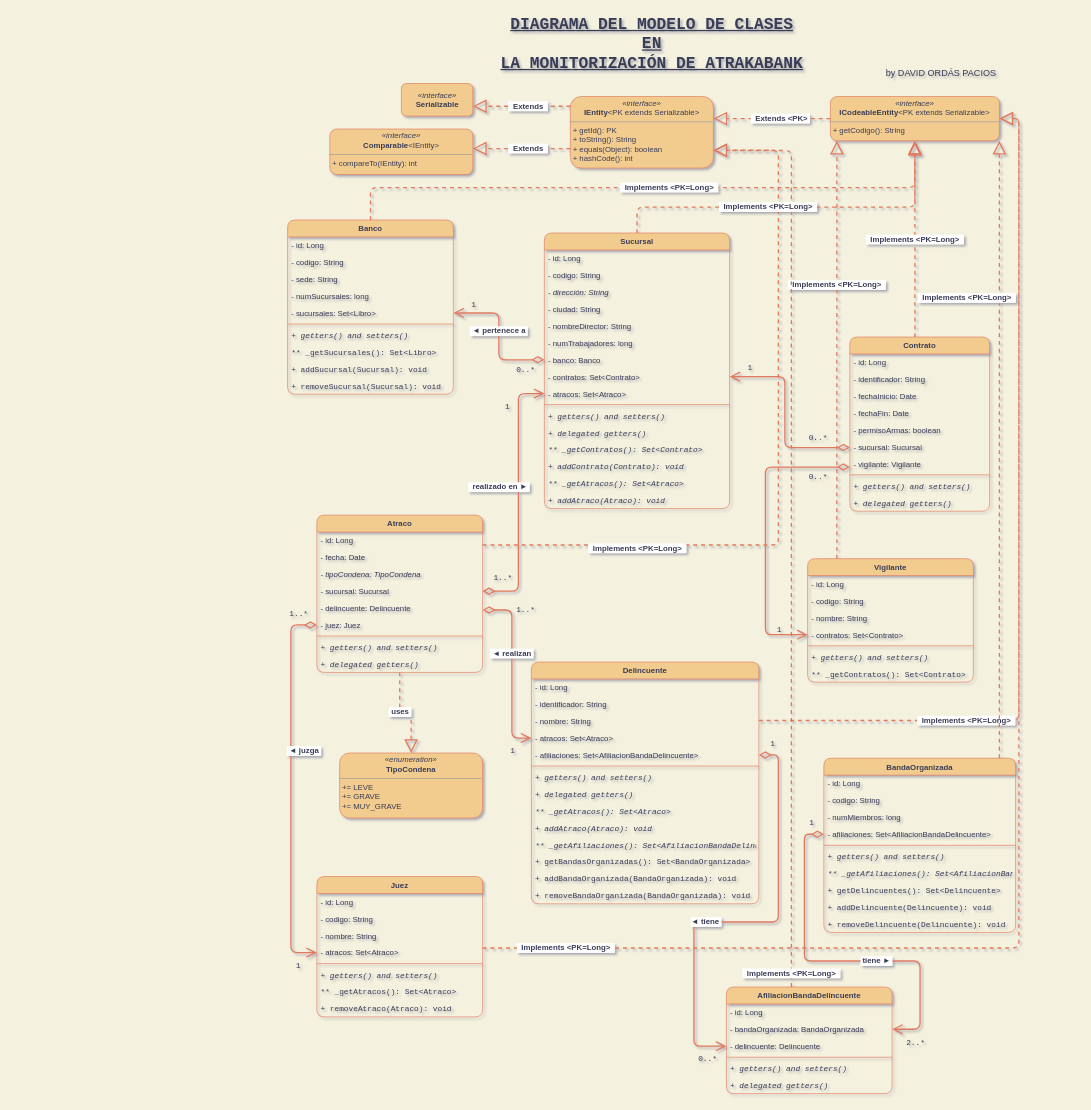
davorpa/atrakabank-jpa-hibernate-console keeps this draw.io diagram as page "Diagrama de clases" (3 of 3) of diagrams/atrakabank.drawio. Above is the earlier version. Source tidied: cells renumbered, new cells numbered last; positions are measured from the earlier drawing's top-left corner, leaving out a move shared by most shapes. Both pictures are drawn from the tidied source at 65%, with x=0, y=0 at pixel (287, 11).
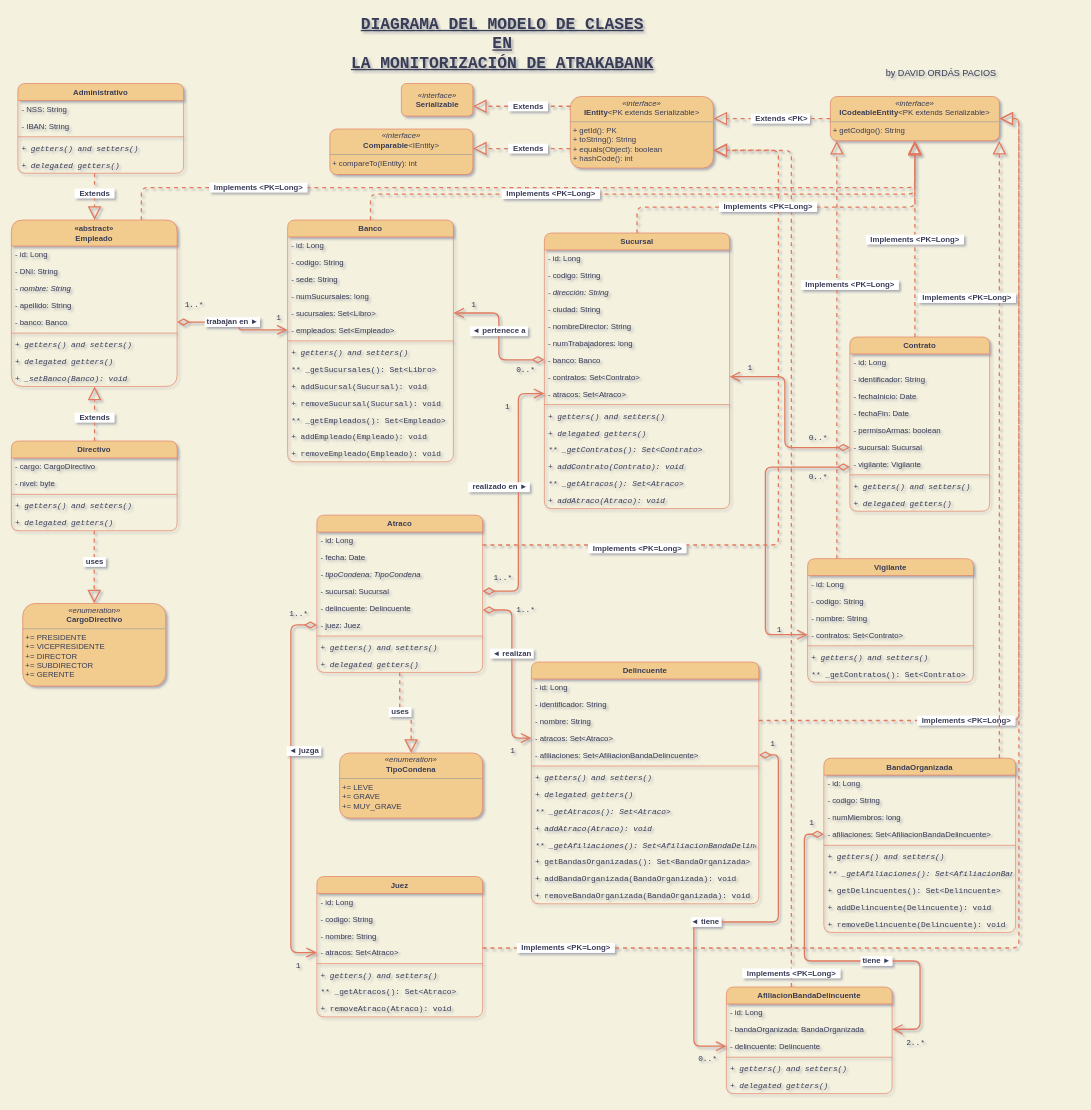
The same diagram, later.

The change refers to these unchanged cells:
```xml
<mxCell id="7" value="&lt;p style=&quot;margin: 0px ; margin-top: 4px ; text-align: center&quot;&gt;&lt;i&gt;«interface»&lt;br&gt;&lt;/i&gt;&lt;b&gt;ICodeableEntity&lt;/b&gt;&amp;lt;PK extends Serializable&amp;gt;&lt;/p&gt;&lt;hr size=&quot;1&quot;&gt;&lt;p style=&quot;margin: 0px ; margin-left: 4px&quot;&gt;&lt;span&gt;+ getCodigo(): String&lt;/span&gt;&lt;/p&gt;" style="verticalAlign=top;align=left;overflow=fill;fontSize=12;fontFamily=Helvetica;html=1;rounded=1;fontColor=#393C56;strokeColor=#E07A5F;fillColor=#F2CC8F;" parent="1" vertex="1">
  <mxGeometry x="835" y="131" width="260" height="68" as="geometry" />
</mxCell>
<mxCell id="73" value="Vigilante" style="swimlane;fontStyle=1;align=center;verticalAlign=top;horizontal=1;startSize=26;rounded=1;fontSize=12;fontColor=#393C56;strokeColor=#E07A5F;fillColor=#F2CC8F;" parent="1" vertex="1">
  <mxGeometry x="800" y="842" width="255" height="190" as="geometry" />
</mxCell>
```

Diff of the diagram source:
```diff
@@
+    <mxCell id="145" value="&lt;font style=&quot;font-size: 12px&quot;&gt;&lt;b&gt;&amp;nbsp; Implements &amp;lt;PK=Long&amp;gt;&amp;nbsp;&amp;nbsp;&lt;/b&gt;&lt;/font&gt;" style="endArrow=block;endSize=16;endFill=0;html=1;rounded=1;dashed=1;fontColor=#393C56;strokeColor=#E07A5F;strokeWidth=2;fillColor=#F2CC8F;edgeStyle=elbowEdgeStyle;elbow=vertical;" parent="1" edge="1" source="150" target="7">
+      <mxGeometry x="-0.65" relative="1" as="geometry">
+        <Array as="points">
+          <mxPoint x="-225" y="271" />
+          <mxPoint x="285" y="271" />
+          <mxPoint x="425" y="281" />
+          <mxPoint x="375" y="291" />
+        </Array>
+      </mxGeometry>
+    </mxCell>
     <mxCell id="2" value="DIAGRAMA DEL MODELO DE CLASES&lt;br style=&quot;font-size: 25px&quot;&gt;EN&lt;br style=&quot;font-size: 25px&quot;&gt;LA MONITORIZACIÓN DE ATRAKABANK" style="text;html=1;align=center;verticalAlign=middle;strokeColor=none;fillColor=none;fontStyle=5;fontSize=25;fontFamily=Courier New;fontColor=#393C56;" parent="1" vertex="1">
-      <mxGeometry x="320" width="480" height="100" as="geometry" />
+      <mxGeometry x="90" width="480" height="100" as="geometry" />
     </mxCell>
@@
     <mxCell id="20" value="&lt;font style=&quot;font-size: 12px&quot;&gt;&lt;b&gt;&amp;nbsp; Implements &amp;lt;PK=Long&amp;gt;&amp;nbsp;&amp;nbsp;&lt;/b&gt;&lt;/font&gt;" style="endArrow=block;endSize=16;endFill=0;html=1;rounded=1;dashed=1;fontColor=#393C56;strokeColor=#E07A5F;strokeWidth=2;fillColor=#F2CC8F;edgeStyle=elbowEdgeStyle;elbow=vertical;" parent="1" edge="1" source="73" target="7">
-      <mxGeometry x="0.31" relative="1" as="geometry">
+      <mxGeometry x="0.31" y="-20" relative="1" as="geometry">
         <Array as="points">
           <mxPoint x="845" y="571" />
           <mxPoint x="835" y="591" />
           <mxPoint x="845" y="481" />
           <mxPoint x="835" y="711" />
         </Array>
       </mxGeometry>
     </mxCell>
@@
     <mxCell id="72" value="&lt;font style=&quot;font-size: 12px&quot;&gt;&lt;b&gt;&amp;nbsp; Implements &amp;lt;PK=Long&amp;gt;&amp;nbsp;&amp;nbsp;&lt;/b&gt;&lt;/font&gt;" style="endArrow=block;endSize=16;endFill=0;html=1;rounded=1;dashed=1;fontColor=#393C56;strokeColor=#E07A5F;strokeWidth=2;fillColor=#F2CC8F;edgeStyle=elbowEdgeStyle;elbow=vertical;exitX=0.5;exitY=0;exitDx=0;exitDy=0;" parent="1" edge="1" source="107" target="7">
-      <mxGeometry x="0.06" relative="1" as="geometry">
+      <mxGeometry x="-0.34" relative="1" as="geometry">
         <Array as="points">
+          <mxPoint x="205" y="281" />
           <mxPoint x="415" y="271" />
           <mxPoint x="365" y="281" />
         </Array>
       </mxGeometry>
     </mxCell>
@@
     <mxCell id="107" value="Banco" style="swimlane;fontStyle=1;align=center;verticalAlign=top;horizontal=1;startSize=26;rounded=1;fontSize=12;fontColor=#393C56;strokeColor=#E07A5F;fillColor=#F2CC8F;" parent="1" vertex="1">
-      <mxGeometry y="321" width="255" height="268" as="geometry" />
+      <mxGeometry y="321" width="255" height="372" as="geometry" />
     </mxCell>
@@
+    <mxCell id="146" value="- empleados: Set&lt;Empleado&gt;" style="text;strokeColor=none;fillColor=none;align=left;verticalAlign=top;spacingLeft=4;spacingRight=4;overflow=hidden;points=[[0,0.5],[1,0.5]];portConstraint=eastwest;rounded=1;fontSize=12;fontColor=#393C56;" parent="107" vertex="1">
+      <mxGeometry y="156" width="255" height="26" as="geometry" />
+    </mxCell>
     <mxCell id="113" style="line;strokeWidth=1;fillColor=none;align=left;verticalAlign=middle;spacingTop=-1;spacingLeft=3;spacingRight=3;labelPosition=right;rounded=1;fontSize=12;fontColor=#393C56;strokeColor=#E07A5F;" parent="107" vertex="1">
-      <mxGeometry y="156" width="255" height="8" as="geometry" />
+      <mxGeometry y="182" width="255" height="8" as="geometry" />
     </mxCell>
     <mxCell id="114" value="+ getters() and setters()" style="text;strokeColor=none;fillColor=none;align=left;verticalAlign=top;spacingLeft=4;spacingRight=4;overflow=hidden;rounded=1;fontSize=12;fontColor=#393C56;sketch=0;shadow=0;glass=0;fontStyle=2;fontFamily=Courier New;" parent="107" vertex="1">
-      <mxGeometry y="164" width="255" height="26" as="geometry" />
+      <mxGeometry y="190" width="255" height="26" as="geometry" />
     </mxCell>
     <mxCell id="115" value="** _getSucursales(): Set&lt;Libro&gt;" style="text;strokeColor=none;fillColor=none;align=left;verticalAlign=top;spacingLeft=4;spacingRight=4;overflow=hidden;rounded=1;fontSize=12;fontColor=#393C56;sketch=0;shadow=0;glass=0;fontStyle=0;fontFamily=Courier New;" parent="107" vertex="1">
-      <mxGeometry y="190" width="255" height="26" as="geometry" />
+      <mxGeometry y="216" width="255" height="26" as="geometry" />
     </mxCell>
     <mxCell id="116" value="+ addSucursal(Sucursal): void" style="text;strokeColor=none;fillColor=none;align=left;verticalAlign=top;spacingLeft=4;spacingRight=4;overflow=hidden;rounded=1;fontSize=12;fontColor=#393C56;sketch=0;shadow=0;glass=0;fontStyle=0;fontFamily=Courier New;" parent="107" vertex="1">
-      <mxGeometry y="216" width="255" height="26" as="geometry" />
+      <mxGeometry y="242" width="255" height="26" as="geometry" />
     </mxCell>
     <mxCell id="117" value="+ removeSucursal(Sucursal): void" style="text;strokeColor=none;fillColor=none;align=left;verticalAlign=top;spacingLeft=4;spacingRight=4;overflow=hidden;rounded=1;fontSize=12;fontColor=#393C56;sketch=0;shadow=0;glass=0;fontStyle=0;fontFamily=Courier New;" parent="107" vertex="1">
-      <mxGeometry y="242" width="255" height="26" as="geometry" />
+      <mxGeometry y="268" width="255" height="26" as="geometry" />
     </mxCell>
+    <mxCell id="147" value="** _getEmpleados(): Set&lt;Empleado&gt;" style="text;strokeColor=none;fillColor=none;align=left;verticalAlign=top;spacingLeft=4;spacingRight=4;overflow=hidden;rounded=1;fontSize=12;fontColor=#393C56;sketch=0;shadow=0;glass=0;fontStyle=0;fontFamily=Courier New;" parent="107" vertex="1">
+      <mxGeometry y="294" width="255" height="26" as="geometry" />
+    </mxCell>
+    <mxCell id="148" value="+ addEmpleado(Empleado): void" style="text;strokeColor=none;fillColor=none;align=left;verticalAlign=top;spacingLeft=4;spacingRight=4;overflow=hidden;rounded=1;fontSize=12;fontColor=#393C56;sketch=0;shadow=0;glass=0;fontStyle=0;fontFamily=Courier New;" parent="107" vertex="1">
+      <mxGeometry y="320" width="255" height="26" as="geometry" />
+    </mxCell>
+    <mxCell id="149" value="+ removeEmpleado(Empleado): void" style="text;strokeColor=none;fillColor=none;align=left;verticalAlign=top;spacingLeft=4;spacingRight=4;overflow=hidden;rounded=1;fontSize=12;fontColor=#393C56;sketch=0;shadow=0;glass=0;fontStyle=0;fontFamily=Courier New;" parent="107" vertex="1">
+      <mxGeometry y="346" width="255" height="26" as="geometry" />
+    </mxCell>
@@
+    <mxCell id="150" value="«abstract»&#10;Empleado" style="swimlane;fontStyle=1;align=center;verticalAlign=top;horizontal=1;startSize=40;rounded=1;fontSize=12;fontColor=#393C56;strokeColor=#E07A5F;fillColor=#F2CC8F;" parent="1" vertex="1">
+      <mxGeometry x="-425" y="321" width="255" height="256" as="geometry" />
+    </mxCell>
+    <mxCell id="151" value="- id: Long" style="text;strokeColor=none;fillColor=none;align=left;verticalAlign=top;spacingLeft=4;spacingRight=4;overflow=hidden;rounded=1;fontSize=12;fontColor=#393C56;" parent="150" vertex="1">
+      <mxGeometry y="40" width="255" height="26" as="geometry" />
+    </mxCell>
+    <mxCell id="152" value="- DNI: String" style="text;strokeColor=none;fillColor=none;align=left;verticalAlign=top;spacingLeft=4;spacingRight=4;overflow=hidden;rounded=1;fontSize=12;fontColor=#393C56;" parent="150" vertex="1">
+      <mxGeometry y="66" width="255" height="26" as="geometry" />
+    </mxCell>
+    <mxCell id="153" value="- nombre: String" style="text;strokeColor=none;fillColor=none;align=left;verticalAlign=top;spacingLeft=4;spacingRight=4;overflow=hidden;rounded=1;fontSize=12;fontColor=#393C56;fontStyle=2;" parent="150" vertex="1">
+      <mxGeometry y="92" width="255" height="26" as="geometry" />
+    </mxCell>
+    <mxCell id="154" value="- apellido: String" style="text;strokeColor=none;fillColor=none;align=left;verticalAlign=top;spacingLeft=4;spacingRight=4;overflow=hidden;rounded=1;fontSize=12;fontColor=#393C56;" parent="150" vertex="1">
+      <mxGeometry y="118" width="255" height="26" as="geometry" />
+    </mxCell>
+    <mxCell id="155" value="- banco: Banco" style="text;strokeColor=none;fillColor=none;align=left;verticalAlign=top;spacingLeft=4;spacingRight=4;overflow=hidden;points=[[0,0.5],[1,0.5]];portConstraint=eastwest;rounded=1;fontSize=12;fontColor=#393C56;" parent="150" vertex="1">
+      <mxGeometry y="144" width="255" height="26" as="geometry" />
+    </mxCell>
+    <mxCell id="156" style="line;strokeWidth=1;fillColor=none;align=left;verticalAlign=middle;spacingTop=-1;spacingLeft=3;spacingRight=3;labelPosition=right;rounded=1;fontSize=12;fontColor=#393C56;strokeColor=#E07A5F;" parent="150" vertex="1">
+      <mxGeometry y="170" width="255" height="8" as="geometry" />
+    </mxCell>
+    <mxCell id="157" value="+ getters() and setters()" style="text;strokeColor=none;fillColor=none;align=left;verticalAlign=top;spacingLeft=4;spacingRight=4;overflow=hidden;rounded=1;fontSize=12;fontColor=#393C56;sketch=0;shadow=0;glass=0;fontStyle=2;fontFamily=Courier New;" parent="150" vertex="1">
+      <mxGeometry y="178" width="255" height="26" as="geometry" />
+    </mxCell>
+    <mxCell id="158" value="+ delegated getters()" style="text;strokeColor=none;fillColor=none;align=left;verticalAlign=top;spacingLeft=4;spacingRight=4;overflow=hidden;rounded=1;fontSize=12;fontColor=#393C56;sketch=0;shadow=0;glass=0;fontStyle=2;fontFamily=Courier New;" parent="150" vertex="1">
+      <mxGeometry y="204" width="255" height="26" as="geometry" />
+    </mxCell>
+    <mxCell id="159" value="+ _setBanco(Banco): void" style="text;strokeColor=none;fillColor=none;align=left;verticalAlign=top;spacingLeft=4;spacingRight=4;overflow=hidden;rounded=1;fontSize=12;fontColor=#393C56;sketch=0;shadow=0;glass=0;fontStyle=2;fontFamily=Courier New;" parent="150" vertex="1">
+      <mxGeometry y="230" width="255" height="26" as="geometry" />
+    </mxCell>
+    <mxCell id="160" value="&amp;nbsp;trabajan en ►&amp;nbsp;" style="endArrow=open;html=1;endSize=12;startArrow=diamondThin;startSize=14;startFill=0;edgeStyle=orthogonalEdgeStyle;rounded=1;fontFamily=Helvetica;fontSize=12;fontColor=#393C56;strokeColor=#E07A5F;strokeWidth=2;fillColor=#F2CC8F;elbow=vertical;fontStyle=1;exitX=1;exitY=0.5;exitDx=0;exitDy=0;entryX=0;entryY=0.5;entryDx=0;entryDy=0;" parent="1" edge="1" source="155" target="146">
+      <mxGeometry x="-0.07" relative="1" as="geometry">
+        <Array as="points">
+          <mxPoint x="-75" y="478" />
+          <mxPoint x="-75" y="490" />
+        </Array>
+      </mxGeometry>
+    </mxCell>
+    <mxCell id="161" value="&amp;nbsp;1..*&amp;nbsp;" style="edgeLabel;html=1;align=center;verticalAlign=middle;rounded=1;shadow=0;glass=0;sketch=0;fontFamily=Courier New;fontSize=12;fontColor=#393C56;strokeColor=#E07A5F;fillColor=none;labelBackgroundColor=none;" parent="160" vertex="1">
+      <mxGeometry x="-1" relative="1" as="geometry">
+        <mxPoint x="25" y="-27" as="offset" />
+      </mxGeometry>
+    </mxCell>
+    <mxCell id="162" value="&amp;nbsp;1&amp;nbsp;" style="edgeLabel;html=1;align=center;verticalAlign=middle;rounded=1;shadow=0;glass=0;sketch=0;fontFamily=Courier New;fontSize=12;fontColor=#393C56;strokeColor=#E07A5F;fillColor=none;labelBackgroundColor=none;" parent="160" vertex="1">
+      <mxGeometry x="1" relative="1" as="geometry">
+        <mxPoint x="-15" y="-19" as="offset" />
+      </mxGeometry>
+    </mxCell>
+    <mxCell id="163" value="Administrativo" style="swimlane;fontStyle=1;align=center;verticalAlign=top;horizontal=1;startSize=26;rounded=1;fontSize=12;fontColor=#393C56;strokeColor=#E07A5F;fillColor=#F2CC8F;" parent="1" vertex="1">
+      <mxGeometry x="-415" y="111" width="255" height="138" as="geometry" />
+    </mxCell>
+    <mxCell id="164" value="- NSS: String" style="text;strokeColor=none;fillColor=none;align=left;verticalAlign=top;spacingLeft=4;spacingRight=4;overflow=hidden;rounded=1;fontSize=12;fontColor=#393C56;" parent="163" vertex="1">
+      <mxGeometry y="26" width="255" height="26" as="geometry" />
+    </mxCell>
+    <mxCell id="165" value="- IBAN: String" style="text;strokeColor=none;fillColor=none;align=left;verticalAlign=top;spacingLeft=4;spacingRight=4;overflow=hidden;rounded=1;fontSize=12;fontColor=#393C56;" parent="163" vertex="1">
+      <mxGeometry y="52" width="255" height="26" as="geometry" />
+    </mxCell>
+    <mxCell id="166" style="line;strokeWidth=1;fillColor=none;align=left;verticalAlign=middle;spacingTop=-1;spacingLeft=3;spacingRight=3;labelPosition=right;rounded=1;fontSize=12;fontColor=#393C56;strokeColor=#E07A5F;" parent="163" vertex="1">
+      <mxGeometry y="78" width="255" height="8" as="geometry" />
+    </mxCell>
+    <mxCell id="167" value="+ getters() and setters()" style="text;strokeColor=none;fillColor=none;align=left;verticalAlign=top;spacingLeft=4;spacingRight=4;overflow=hidden;rounded=1;fontSize=12;fontColor=#393C56;sketch=0;shadow=0;glass=0;fontStyle=2;fontFamily=Courier New;" parent="163" vertex="1">
+      <mxGeometry y="86" width="255" height="26" as="geometry" />
+    </mxCell>
+    <mxCell id="168" value="+ delegated getters()" style="text;strokeColor=none;fillColor=none;align=left;verticalAlign=top;spacingLeft=4;spacingRight=4;overflow=hidden;rounded=1;fontSize=12;fontColor=#393C56;sketch=0;shadow=0;glass=0;fontStyle=2;fontFamily=Courier New;" parent="163" vertex="1">
+      <mxGeometry y="112" width="255" height="26" as="geometry" />
+    </mxCell>
+    <mxCell id="169" value="Directivo" style="swimlane;fontStyle=1;align=center;verticalAlign=top;horizontal=1;startSize=26;rounded=1;fontSize=12;fontColor=#393C56;strokeColor=#E07A5F;fillColor=#F2CC8F;" parent="1" vertex="1">
+      <mxGeometry x="-425" y="661" width="255" height="138" as="geometry" />
+    </mxCell>
+    <mxCell id="170" value="- cargo: CargoDirectivo" style="text;strokeColor=none;fillColor=none;align=left;verticalAlign=top;spacingLeft=4;spacingRight=4;overflow=hidden;rounded=1;fontSize=12;fontColor=#393C56;" parent="169" vertex="1">
+      <mxGeometry y="26" width="255" height="26" as="geometry" />
+    </mxCell>
+    <mxCell id="171" value="- nivel: byte" style="text;strokeColor=none;fillColor=none;align=left;verticalAlign=top;spacingLeft=4;spacingRight=4;overflow=hidden;rounded=1;fontSize=12;fontColor=#393C56;" parent="169" vertex="1">
+      <mxGeometry y="52" width="255" height="26" as="geometry" />
+    </mxCell>
+    <mxCell id="172" style="line;strokeWidth=1;fillColor=none;align=left;verticalAlign=middle;spacingTop=-1;spacingLeft=3;spacingRight=3;labelPosition=right;rounded=1;fontSize=12;fontColor=#393C56;strokeColor=#E07A5F;" parent="169" vertex="1">
+      <mxGeometry y="78" width="255" height="8" as="geometry" />
+    </mxCell>
+    <mxCell id="173" value="+ getters() and setters()" style="text;strokeColor=none;fillColor=none;align=left;verticalAlign=top;spacingLeft=4;spacingRight=4;overflow=hidden;rounded=1;fontSize=12;fontColor=#393C56;sketch=0;shadow=0;glass=0;fontStyle=2;fontFamily=Courier New;" parent="169" vertex="1">
+      <mxGeometry y="86" width="255" height="26" as="geometry" />
+    </mxCell>
+    <mxCell id="174" value="+ delegated getters()" style="text;strokeColor=none;fillColor=none;align=left;verticalAlign=top;spacingLeft=4;spacingRight=4;overflow=hidden;rounded=1;fontSize=12;fontColor=#393C56;sketch=0;shadow=0;glass=0;fontStyle=2;fontFamily=Courier New;" parent="169" vertex="1">
+      <mxGeometry y="112" width="255" height="26" as="geometry" />
+    </mxCell>
+    <mxCell id="175" value="&lt;p style=&quot;margin: 0px ; margin-top: 4px ; text-align: center&quot;&gt;&lt;i&gt;«enumeration»&lt;br&gt;&lt;/i&gt;&lt;b&gt;CargoDirectivo&lt;/b&gt;&lt;/p&gt;&lt;hr size=&quot;1&quot;&gt;&lt;p style=&quot;margin: 0px ; margin-left: 4px&quot;&gt;&lt;span&gt;+= PRESIDENTE&lt;/span&gt;&lt;/p&gt;&lt;p style=&quot;margin: 0px ; margin-left: 4px&quot;&gt;&lt;span&gt;+= VICEPRESIDENTE&lt;/span&gt;&lt;/p&gt;&lt;p style=&quot;margin: 0px ; margin-left: 4px&quot;&gt;&lt;span&gt;+= DIRECTOR&lt;/span&gt;&lt;/p&gt;&lt;p style=&quot;margin: 0px ; margin-left: 4px&quot;&gt;&lt;span&gt;+= SUBDIRECTOR&lt;/span&gt;&lt;/p&gt;&lt;p style=&quot;margin: 0px ; margin-left: 4px&quot;&gt;&lt;span&gt;+= GERENTE&lt;/span&gt;&lt;/p&gt;" style="verticalAlign=top;align=left;overflow=fill;fontSize=12;fontFamily=Helvetica;html=1;rounded=1;fontColor=#393C56;strokeColor=#E07A5F;fillColor=#F2CC8F;" parent="1" vertex="1">
+      <mxGeometry x="-407.5" y="911" width="220" height="127" as="geometry" />
+    </mxCell>
+    <mxCell id="176" value="&lt;span style=&quot;font-size: 12px&quot;&gt;&lt;b&gt;&amp;nbsp;uses&amp;nbsp;&lt;/b&gt;&lt;/span&gt;" style="endArrow=block;endSize=16;endFill=0;html=1;rounded=1;dashed=1;fontColor=#393C56;strokeColor=#E07A5F;strokeWidth=2;fillColor=#F2CC8F;edgeStyle=elbowEdgeStyle;elbow=vertical;" parent="1" edge="1" source="169" target="175">
+      <mxGeometry x="-0.14" relative="1" as="geometry" />
+    </mxCell>
+    <mxCell id="177" value="&lt;font style=&quot;font-size: 12px&quot;&gt;&lt;b&gt;&amp;nbsp; Extends&amp;nbsp;&amp;nbsp;&lt;/b&gt;&lt;/font&gt;" style="endArrow=block;endSize=16;endFill=0;html=1;rounded=1;dashed=1;fontColor=#393C56;strokeColor=#E07A5F;strokeWidth=2;fillColor=#F2CC8F;edgeStyle=elbowEdgeStyle;elbow=vertical;" parent="1" edge="1" source="163" target="150">
+      <mxGeometry x="-0.14" relative="1" as="geometry">
+        <Array as="points">
+          <mxPoint x="-297" y="261" />
+          <mxPoint x="-345" y="291" />
+          <mxPoint x="-345" y="221" />
+          <mxPoint x="-361" y="221" />
+        </Array>
+      </mxGeometry>
+    </mxCell>
+    <mxCell id="178" value="&lt;font style=&quot;font-size: 12px&quot;&gt;&lt;b&gt;&amp;nbsp; Extends&amp;nbsp;&amp;nbsp;&lt;/b&gt;&lt;/font&gt;" style="endArrow=block;endSize=16;endFill=0;html=1;rounded=1;dashed=1;fontColor=#393C56;strokeColor=#E07A5F;strokeWidth=2;fillColor=#F2CC8F;edgeStyle=elbowEdgeStyle;elbow=vertical;" parent="1" edge="1" source="169" target="150">
+      <mxGeometry x="-0.14" relative="1" as="geometry">
+        <Array as="points">
+          <mxPoint x="-297" y="601" />
+          <mxPoint x="-325" y="611" />
+          <mxPoint x="-385" y="271" />
+          <mxPoint x="-405" y="281" />
+          <mxPoint x="-485" y="261" />
+          <mxPoint x="-418.8" y="200" />
+        </Array>
+      </mxGeometry>
+    </mxCell>
```
